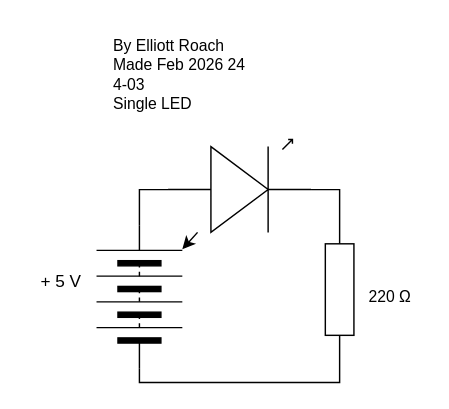
Earlier version of the draw.io diagram 4-03/schematicDiagram.drawio (elliottroach/TEJ3M-unit-4). Source tidied: cells renumbered, new cells numbered last; positions are measured from the earlier drawing's top-left corner, leaving out a move shared by most shapes. Both pictures are drawn from the tidied source at 143%, with x=0, y=0 at pixel (24, 24).
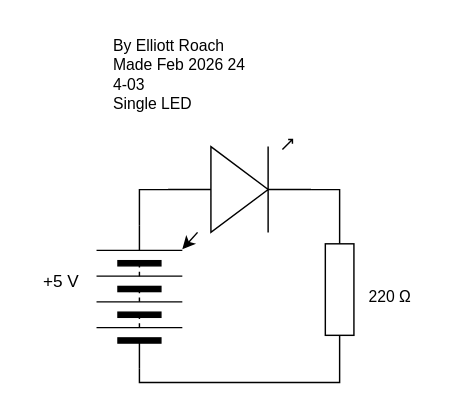
The same diagram, later.

Diff of the diagram source:
```diff
@@
 <mxGraphModel>
   <root>
     <mxCell id="0" />
     <mxCell id="1" parent="0" />
     <mxCell id="2" style="verticalLabelPosition=bottom;shadow=0;dashed=0;align=center;html=1;verticalAlign=top;shape=mxgraph.electrical.resistors.resistor_1;rotation=-90;" parent="1" vertex="1">
       <mxGeometry x="170" y="175" width="100" height="20" as="geometry" />
     </mxCell>
     <mxCell id="3" style="edgeStyle=none;html=1;" parent="1" edge="1" source="4" target="10">
       <mxGeometry relative="1" as="geometry" />
     </mxCell>
     <mxCell id="4" style="verticalLabelPosition=bottom;shadow=0;dashed=0;align=center;html=1;verticalAlign=top;shape=mxgraph.electrical.opto_electronics.led_1;rotation=0;" parent="1" vertex="1">
       <mxGeometry x="100" y="80" width="100" height="65" as="geometry" />
     </mxCell>
     <mxCell id="5" style="edgeStyle=orthogonalEdgeStyle;html=1;exitX=1;exitY=0.5;exitDx=0;exitDy=0;entryX=0;entryY=0.54;entryDx=0;entryDy=0;entryPerimeter=0;endArrow=none;endFill=0;rounded=0;curved=0;strokeColor=#000000;" parent="1" edge="1" source="10" target="4">
       <mxGeometry relative="1" as="geometry" />
     </mxCell>
     <mxCell id="6" style="edgeStyle=orthogonalEdgeStyle;shape=connector;curved=0;rounded=0;html=1;exitX=1;exitY=0.54;exitDx=0;exitDy=0;exitPerimeter=0;entryX=1;entryY=0.5;entryDx=0;entryDy=0;entryPerimeter=0;strokeColor=#000000;align=center;verticalAlign=middle;fontFamily=Helvetica;fontSize=11;fontColor=default;labelBackgroundColor=default;endArrow=none;endFill=0;" parent="1" edge="1" source="4" target="2">
       <mxGeometry relative="1" as="geometry" />
     </mxCell>
     <mxCell id="7" style="edgeStyle=orthogonalEdgeStyle;shape=connector;curved=0;rounded=0;html=1;exitX=0;exitY=0.5;exitDx=0;exitDy=0;exitPerimeter=0;entryX=0;entryY=0.5;entryDx=0;entryDy=0;strokeColor=#000000;align=center;verticalAlign=middle;fontFamily=Helvetica;fontSize=11;fontColor=default;labelBackgroundColor=default;endArrow=none;endFill=0;" parent="1" edge="1" source="2" target="10">
       <mxGeometry relative="1" as="geometry" />
     </mxCell>
     <mxCell id="8" value="220&amp;nbsp;Ω" style="text;html=1;align=center;verticalAlign=middle;strokeColor=none;fillColor=none;fontFamily=Helvetica;fontSize=11;fontColor=default;labelBackgroundColor=default;" parent="1" vertex="1">
       <mxGeometry x="230" y="175" width="50" height="30" as="geometry" />
     </mxCell>
     <mxCell id="9" value="By Elliott Roach&lt;div&gt;Made Feb 2026 24&lt;/div&gt;&lt;div&gt;4-03&lt;/div&gt;&lt;div&gt;Single LED&lt;/div&gt;" style="text;html=1;align=left;verticalAlign=middle;strokeColor=none;fillColor=none;fontFamily=Helvetica;fontSize=11;fontColor=default;labelBackgroundColor=default;" parent="1" vertex="1">
       <mxGeometry x="60" width="110" height="70" as="geometry" />
     </mxCell>
     <mxCell id="10" style="verticalLabelPosition=bottom;shadow=0;dashed=0;align=center;html=1;verticalAlign=top;shape=mxgraph.electrical.miscellaneous.batteryStack;fontFamily=Helvetica;fontSize=11;fontColor=default;labelBackgroundColor=default;rotation=-90;" parent="1" vertex="1">
       <mxGeometry x="30" y="160" width="100" height="60" as="geometry" />
     </mxCell>
-    <mxCell id="11" value="+ 5 V" style="text;html=1;align=center;verticalAlign=middle;strokeColor=none;fillColor=none;" parent="1" vertex="1">
+    <mxCell id="11" value="+5 V" style="text;html=1;align=center;verticalAlign=middle;strokeColor=none;fillColor=none;" parent="1" vertex="1">
       <mxGeometry y="165" width="50" height="30" as="geometry" />
     </mxCell>
   </root>
 </mxGraphModel>
```
